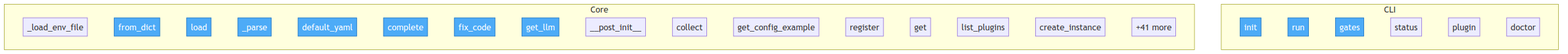
The Mermaid diagram project/flow.png in semcod/pyqual, before a commit. Its source is kept beside it as project/flow.mmd.
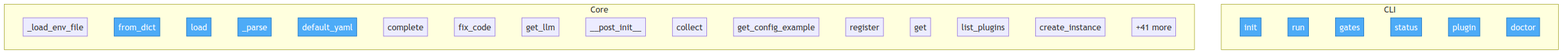
The same file after the commit.

Diff of the diagram source:
```diff
@@ -30,4 +30,4 @@
         ...["+41 more"]
     end
 
-    class pyqual__config__GateConfig__from_dict,pyqual__config__PyqualConfig__load,pyqual__config__PyqualConfig___parse,pyqual__config__PyqualConfig__default_yaml,pyqual__llm__LLM__complete,pyqual__llm__LLM__fix_code,pyqual__llm__get_llm,pyqual__cli__init,pyqual__cli__run,pyqual__cli__gates entry
+    class pyqual__cli__init,pyqual__cli__run,pyqual__cli__gates,pyqual__cli__status,pyqual__cli__plugin,pyqual__cli__doctor,pyqual__config__GateConfig__from_dict,pyqual__config__PyqualConfig__load,pyqual__config__PyqualConfig___parse,pyqual__config__PyqualConfig__default_yaml entry
```
